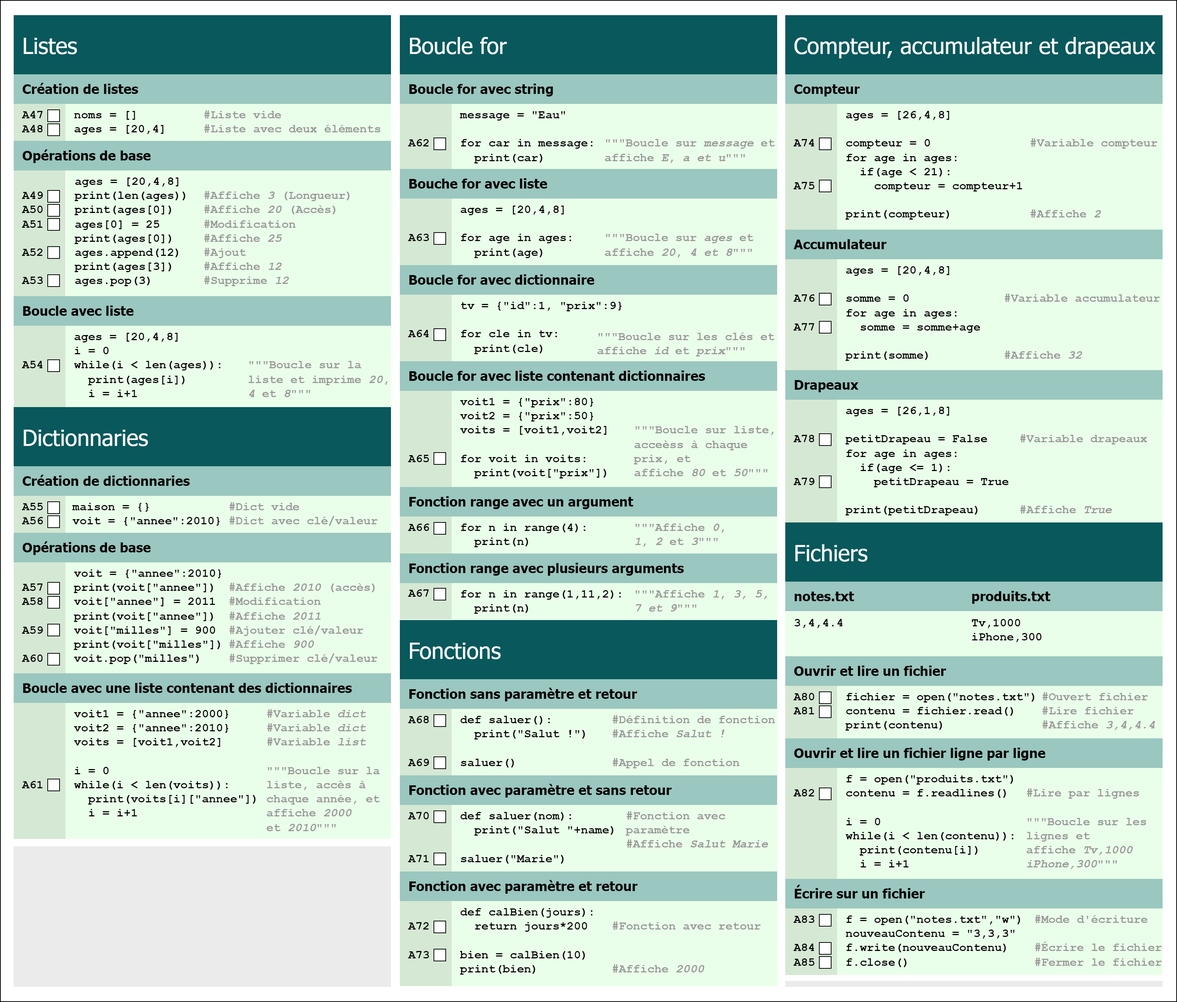
The draw.io diagram Aide-Memoire-Feuille-2.png in PracticalBooks/Python-Pour-Debutants, before a commit. Source tidied: cells renumbered, new cells last; positions are measured from the earlier drawing's top-left corner, leaving out a move shared by most shapes.
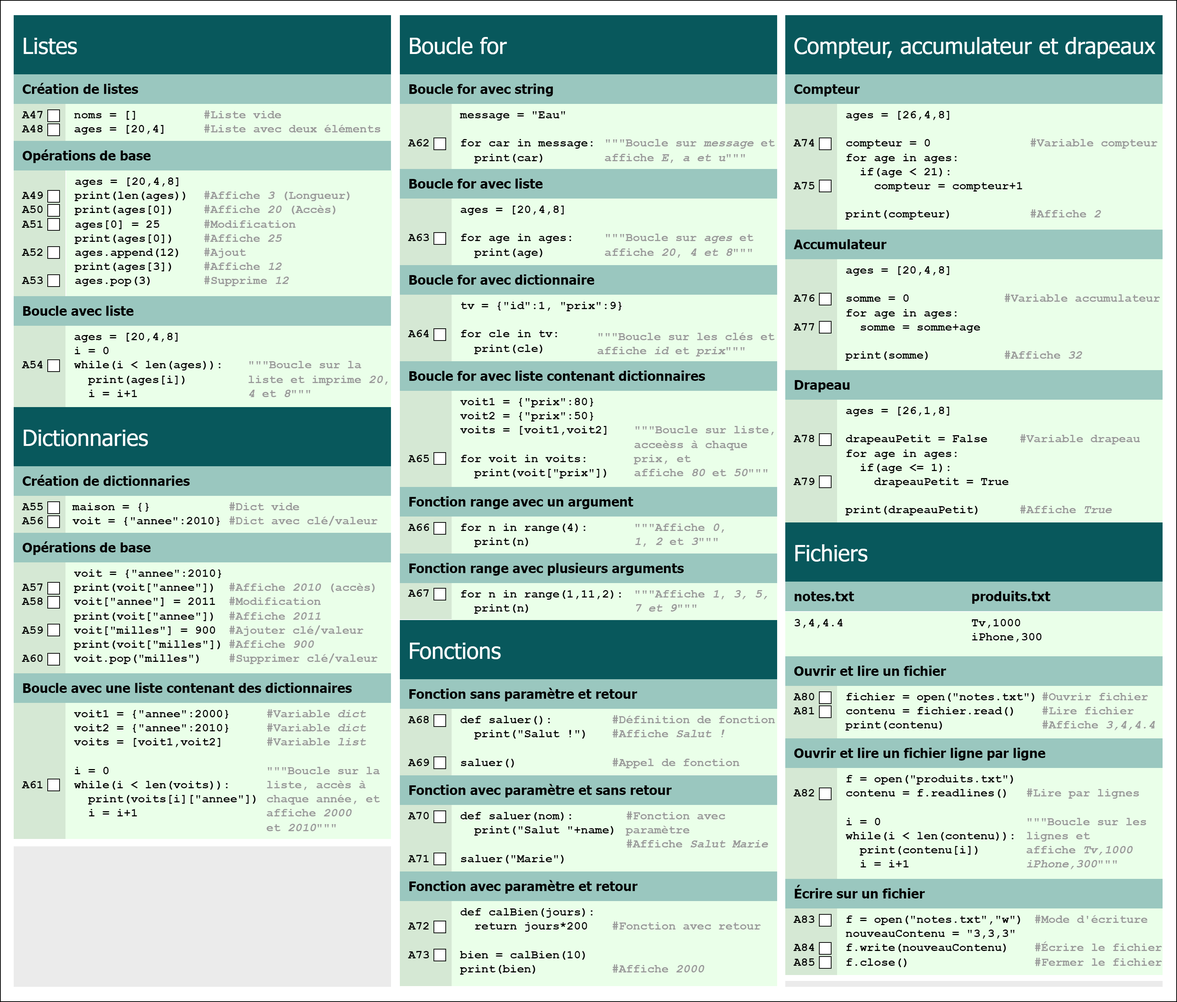
Above is the later version.

What changed in the source:
```diff
@@ -77,7 +77,7 @@
     <mxCell id="26" value="&lt;font color=&quot;#000000&quot; style=&quot;font-size: 16px&quot;&gt;fichier = open(&quot;notes.txt&quot;)&lt;br&gt;contenu = fichier.read()&lt;br&gt;print(contenu)&lt;br style=&quot;font-size: 16px&quot;&gt;&lt;/font&gt;" style="whiteSpace=wrap;html=1;rounded=0;shadow=0;dashed=0;strokeColor=none;strokeWidth=4;fillColor=#EAFFE9;gradientColor=none;fontFamily=Courier New;fontSize=16;fontColor=#FFFFFF;align=left;spacingLeft=10;verticalAlign=top;spacingTop=0;fontStyle=1;" parent="1" vertex="1">
       <mxGeometry x="1131" y="927" width="280" height="71" as="geometry" />
     </mxCell>
-    <mxCell id="27" value="&lt;font style=&quot;font-size: 16px&quot;&gt;&lt;span style=&quot;color: rgb(153, 153, 153);&quot;&gt;#Ouvert fichier&lt;br&gt;#Lire fichier&lt;br&gt;&lt;/span&gt;&lt;span style=&quot;color: rgb(153, 153, 153);&quot;&gt;#Affiche&amp;nbsp;&lt;i&gt;3,4,4.4&lt;/i&gt;&lt;/span&gt;&lt;br style=&quot;font-size: 16px&quot;&gt;&lt;/font&gt;" style="whiteSpace=wrap;html=1;rounded=0;shadow=0;dashed=0;strokeColor=none;strokeWidth=4;fillColor=#EAFFE9;gradientColor=none;fontFamily=Courier New;fontSize=16;fontColor=#FFFFFF;align=left;spacingLeft=5;verticalAlign=top;spacingTop=0;fontStyle=1;" parent="1" vertex="1">
+    <mxCell id="27" value="&lt;font style=&quot;font-size: 16px&quot;&gt;&lt;span style=&quot;color: rgb(153, 153, 153);&quot;&gt;#Ouvrir fichier&lt;br&gt;#Lire fichier&lt;br&gt;&lt;/span&gt;&lt;span style=&quot;color: rgb(153, 153, 153);&quot;&gt;#Affiche&amp;nbsp;&lt;i&gt;3,4,4.4&lt;/i&gt;&lt;/span&gt;&lt;br style=&quot;font-size: 16px&quot;&gt;&lt;/font&gt;" style="whiteSpace=wrap;html=1;rounded=0;shadow=0;dashed=0;strokeColor=none;strokeWidth=4;fillColor=#EAFFE9;gradientColor=none;fontFamily=Courier New;fontSize=16;fontColor=#FFFFFF;align=left;spacingLeft=5;verticalAlign=top;spacingTop=0;fontStyle=1;" parent="1" vertex="1">
       <mxGeometry x="1401" y="927" width="170" height="71" as="geometry" />
     </mxCell>
     <mxCell id="28" value="&lt;font color=&quot;#000000&quot; style=&quot;font-size: 16px&quot;&gt;f = open(&quot;produits.txt&quot;)&lt;br&gt;contenu = f.readlines()&lt;br&gt;&lt;br&gt;i = 0&lt;br&gt;while(i &amp;lt; len(&lt;/font&gt;&lt;span style=&quot;color: rgb(0, 0, 0);&quot;&gt;contenu&lt;/span&gt;&lt;font color=&quot;#000000&quot; style=&quot;font-size: 16px&quot;&gt;)):&lt;br&gt;&amp;nbsp; print(&lt;/font&gt;&lt;span style=&quot;color: rgb(0, 0, 0);&quot;&gt;contenu[i]&lt;/span&gt;&lt;font color=&quot;#000000&quot; style=&quot;font-size: 16px&quot;&gt;)&lt;br&gt;&amp;nbsp; i = i+1&lt;br style=&quot;font-size: 16px&quot;&gt;&lt;/font&gt;" style="whiteSpace=wrap;html=1;rounded=0;shadow=0;dashed=0;strokeColor=none;strokeWidth=4;fillColor=#EAFFE9;gradientColor=none;fontFamily=Courier New;fontSize=16;fontColor=#FFFFFF;align=left;spacingLeft=10;verticalAlign=top;spacingTop=0;fontStyle=1;" parent="1" vertex="1">
@@ -239,7 +239,7 @@
     <mxCell id="80" value="&lt;font style=&quot;font-size: 16px&quot;&gt;&lt;i&gt;&lt;font color=&quot;#999999&quot;&gt;&lt;br&gt;&lt;/font&gt;&lt;/i&gt;&lt;span style=&quot;color: rgb(153 , 153 , 153)&quot;&gt;&lt;br&gt;&lt;/span&gt;&lt;span style=&quot;color: rgb(153 , 153 , 153)&quot;&gt;&quot;&quot;&quot;Boucle sur&amp;nbsp;&lt;i&gt;ages&lt;/i&gt;&amp;nbsp;et affiche&amp;nbsp;&lt;i&gt;20&lt;/i&gt;, &lt;i&gt;4 et&lt;/i&gt;&amp;nbsp;&lt;i&gt;8&lt;/i&gt;&lt;/span&gt;&lt;span style=&quot;color: rgb(153 , 153 , 153)&quot;&gt;&quot;&quot;&quot;&lt;/span&gt;&lt;i&gt;&lt;br&gt;&lt;/i&gt;&lt;br style=&quot;font-size: 16px&quot;&gt;&lt;/font&gt;" style="whiteSpace=wrap;html=1;rounded=0;shadow=0;dashed=0;strokeColor=none;strokeWidth=4;fillColor=#EAFFE9;gradientColor=none;fontFamily=Courier New;fontSize=16;fontColor=#FFFFFF;align=left;spacingLeft=5;verticalAlign=top;spacingTop=0;fontStyle=1;" parent="1" vertex="1">
       <mxGeometry x="810" y="268" width="240" height="90" as="geometry" />
     </mxCell>
-    <mxCell id="81" value="&lt;font color=&quot;#000000&quot;&gt;Bouche for avec liste&lt;/font&gt;" style="whiteSpace=wrap;html=1;rounded=0;shadow=0;dashed=0;strokeColor=none;strokeWidth=4;fillColor=#9AC7BF;gradientColor=none;fontFamily=Tahoma;fontSize=18;fontColor=#FFFFFF;align=left;spacingLeft=10;fontStyle=1;" parent="1" vertex="1">
+    <mxCell id="81" value="&lt;font color=&quot;#000000&quot;&gt;Boucle for avec liste&lt;/font&gt;" style="whiteSpace=wrap;html=1;rounded=0;shadow=0;dashed=0;strokeColor=none;strokeWidth=4;fillColor=#9AC7BF;gradientColor=none;fontFamily=Tahoma;fontSize=18;fontColor=#FFFFFF;align=left;spacingLeft=10;fontStyle=1;" parent="1" vertex="1">
       <mxGeometry x="540" y="228" width="510" height="40" as="geometry" />
     </mxCell>
     <mxCell id="82" value="&lt;div style=&quot;&quot;&gt;&lt;br&gt;&lt;/div&gt;&lt;div style=&quot;&quot;&gt;&lt;br&gt;&lt;/div&gt;&lt;div style=&quot;&quot;&gt;A63&lt;/div&gt;&lt;div style=&quot;&quot;&gt;&lt;br&gt;&lt;/div&gt;" style="whiteSpace=wrap;html=1;rounded=0;shadow=0;dashed=0;strokeColor=none;strokeWidth=4;fillColor=#D5E8D4;gradientColor=none;fontFamily=Courier New;fontSize=16;fontColor=default;align=left;spacingLeft=10;verticalAlign=top;spacingTop=0;fontStyle=1;" parent="1" vertex="1">
@@ -350,13 +350,13 @@
     <mxCell id="117" style="rounded=0;whiteSpace=wrap;html=1;fontSize=17;fontColor=default;" parent="1" vertex="1">
       <mxGeometry x="1107" y="434" width="16" height="16" as="geometry" />
     </mxCell>
-    <mxCell id="118" value="&lt;font color=&quot;#000000&quot;&gt;Drapeaux&lt;/font&gt;" style="whiteSpace=wrap;html=1;rounded=0;shadow=0;dashed=0;strokeColor=none;strokeWidth=4;fillColor=#9AC7BF;gradientColor=none;fontFamily=Tahoma;fontSize=18;fontColor=#FFFFFF;align=left;spacingLeft=10;fontStyle=1;" parent="1" vertex="1">
+    <mxCell id="118" value="&lt;font color=&quot;#000000&quot;&gt;Drapeau&lt;/font&gt;" style="whiteSpace=wrap;html=1;rounded=0;shadow=0;dashed=0;strokeColor=none;strokeWidth=4;fillColor=#9AC7BF;gradientColor=none;fontFamily=Tahoma;fontSize=18;fontColor=#FFFFFF;align=left;spacingLeft=10;fontStyle=1;" parent="1" vertex="1">
       <mxGeometry x="1061" y="500" width="510" height="40" as="geometry" />
     </mxCell>
-    <mxCell id="119" value="&lt;font color=&quot;#000000&quot; style=&quot;font-size: 16px&quot;&gt;ages = [26,1,8]&lt;br&gt;&lt;br&gt;&lt;/font&gt;&lt;span style=&quot;color: rgb(0, 0, 0);&quot;&gt;petitDrapeau = False&lt;/span&gt;&lt;font color=&quot;#000000&quot; style=&quot;font-size: 16px&quot;&gt;&lt;br&gt;for age in ages:&lt;br&gt;&amp;nbsp; if(age &amp;lt;= 1):&lt;br&gt;&amp;nbsp; &amp;nbsp; petitDrapeau&lt;/font&gt;&lt;span style=&quot;color: rgb(0 , 0 , 0)&quot;&gt;&amp;nbsp;= True&lt;/span&gt;&lt;font color=&quot;#000000&quot; style=&quot;font-size: 16px&quot;&gt;&lt;br&gt;&lt;br&gt;print(petitDrapeau)&lt;br style=&quot;font-size: 16px&quot;&gt;&lt;/font&gt;" style="whiteSpace=wrap;html=1;rounded=0;shadow=0;dashed=0;strokeColor=none;strokeWidth=4;fillColor=#EAFFE9;gradientColor=none;fontFamily=Courier New;fontSize=16;fontColor=#FFFFFF;align=left;spacingLeft=10;verticalAlign=top;spacingTop=0;fontStyle=1;" parent="1" vertex="1">
+    <mxCell id="119" value="&lt;font color=&quot;#000000&quot; style=&quot;font-size: 16px&quot;&gt;ages = [26,1,8]&lt;br&gt;&lt;br&gt;&lt;/font&gt;&lt;span style=&quot;color: rgb(0, 0, 0);&quot;&gt;drapeauPetit = False&lt;/span&gt;&lt;font color=&quot;#000000&quot; style=&quot;font-size: 16px&quot;&gt;&lt;br&gt;for age in ages:&lt;br&gt;&amp;nbsp; if(age &amp;lt;= 1):&lt;br&gt;&amp;nbsp; &amp;nbsp; drapeauPetit&lt;/font&gt;&lt;span style=&quot;color: rgb(0 , 0 , 0)&quot;&gt;&amp;nbsp;= True&lt;/span&gt;&lt;font color=&quot;#000000&quot; style=&quot;font-size: 16px&quot;&gt;&lt;br&gt;&lt;br&gt;print(drapeauPetit)&lt;br style=&quot;font-size: 16px&quot;&gt;&lt;/font&gt;" style="whiteSpace=wrap;html=1;rounded=0;shadow=0;dashed=0;strokeColor=none;strokeWidth=4;fillColor=#EAFFE9;gradientColor=none;fontFamily=Courier New;fontSize=16;fontColor=#FFFFFF;align=left;spacingLeft=10;verticalAlign=top;spacingTop=0;fontStyle=1;" parent="1" vertex="1">
       <mxGeometry x="1131" y="540" width="240" height="170" as="geometry" />
     </mxCell>
-    <mxCell id="120" value="&lt;font style=&quot;font-size: 16px&quot;&gt;&lt;i&gt;&lt;font color=&quot;#999999&quot;&gt;&lt;br&gt;&lt;/font&gt;&lt;br&gt;&lt;/i&gt;&lt;span style=&quot;color: rgb(153 , 153 , 153)&quot;&gt;#Variable drapeaux&lt;br&gt;&lt;/span&gt;&lt;br&gt;&lt;br&gt;&lt;br&gt;&lt;br&gt;&lt;span style=&quot;color: rgb(153 , 153 , 153)&quot;&gt;#Affiche&amp;nbsp;&lt;i&gt;True&lt;/i&gt;&lt;/span&gt;&lt;br style=&quot;font-size: 16px&quot;&gt;&lt;/font&gt;" style="whiteSpace=wrap;html=1;rounded=0;shadow=0;dashed=0;strokeColor=none;strokeWidth=4;fillColor=#EAFFE9;gradientColor=none;fontFamily=Courier New;fontSize=16;fontColor=#FFFFFF;align=left;spacingLeft=5;verticalAlign=top;spacingTop=0;fontStyle=1;" parent="1" vertex="1">
+    <mxCell id="120" value="&lt;font style=&quot;font-size: 16px&quot;&gt;&lt;i&gt;&lt;font color=&quot;#999999&quot;&gt;&lt;br&gt;&lt;/font&gt;&lt;br&gt;&lt;/i&gt;&lt;span style=&quot;color: rgb(153 , 153 , 153)&quot;&gt;#Variable drapeau&lt;br&gt;&lt;/span&gt;&lt;br&gt;&lt;br&gt;&lt;br&gt;&lt;br&gt;&lt;span style=&quot;color: rgb(153 , 153 , 153)&quot;&gt;#Affiche&amp;nbsp;&lt;i&gt;True&lt;/i&gt;&lt;/span&gt;&lt;br style=&quot;font-size: 16px&quot;&gt;&lt;/font&gt;" style="whiteSpace=wrap;html=1;rounded=0;shadow=0;dashed=0;strokeColor=none;strokeWidth=4;fillColor=#EAFFE9;gradientColor=none;fontFamily=Courier New;fontSize=16;fontColor=#FFFFFF;align=left;spacingLeft=5;verticalAlign=top;spacingTop=0;fontStyle=1;" parent="1" vertex="1">
       <mxGeometry x="1371" y="540" width="200" height="170" as="geometry" />
     </mxCell>
     <mxCell id="121" value="&lt;div style=&quot;&quot;&gt;&lt;span style=&quot;background-color: initial;&quot;&gt;&lt;br&gt;&lt;/span&gt;&lt;/div&gt;&lt;div style=&quot;&quot;&gt;&lt;br&gt;&lt;/div&gt;&lt;font style=&quot;font-size: 16px&quot;&gt;&lt;div style=&quot;&quot;&gt;&lt;span style=&quot;background-color: initial;&quot;&gt;A78&lt;/span&gt;&lt;/div&gt;&lt;div style=&quot;&quot;&gt;&lt;br&gt;&lt;/div&gt;&lt;div style=&quot;&quot;&gt;&lt;br&gt;&lt;/div&gt;&lt;div style=&quot;&quot;&gt;&lt;span style=&quot;background-color: initial;&quot;&gt;A79&lt;/span&gt;&lt;/div&gt;&lt;div style=&quot;&quot;&gt;&lt;br&gt;&lt;/div&gt;&lt;div style=&quot;&quot;&gt;&lt;br&gt;&lt;/div&gt;&lt;/font&gt;" style="whiteSpace=wrap;html=1;rounded=0;shadow=0;dashed=0;strokeColor=none;strokeWidth=4;fillColor=#D5E8D4;gradientColor=none;fontFamily=Courier New;fontSize=16;fontColor=default;align=left;spacingLeft=10;verticalAlign=top;spacingTop=0;fontStyle=1;" parent="1" vertex="1">
```
